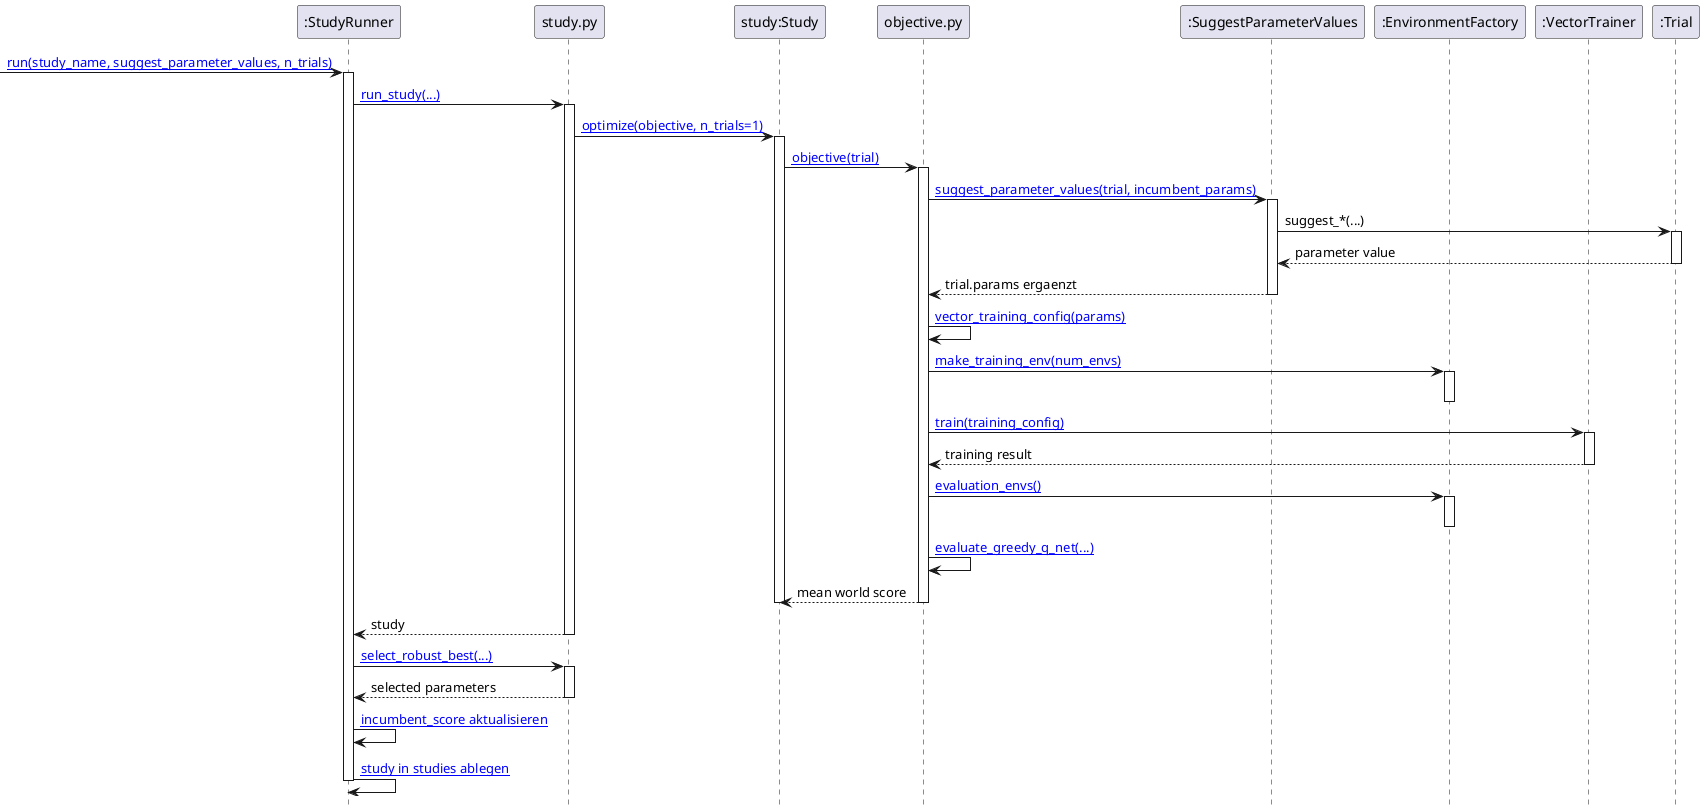
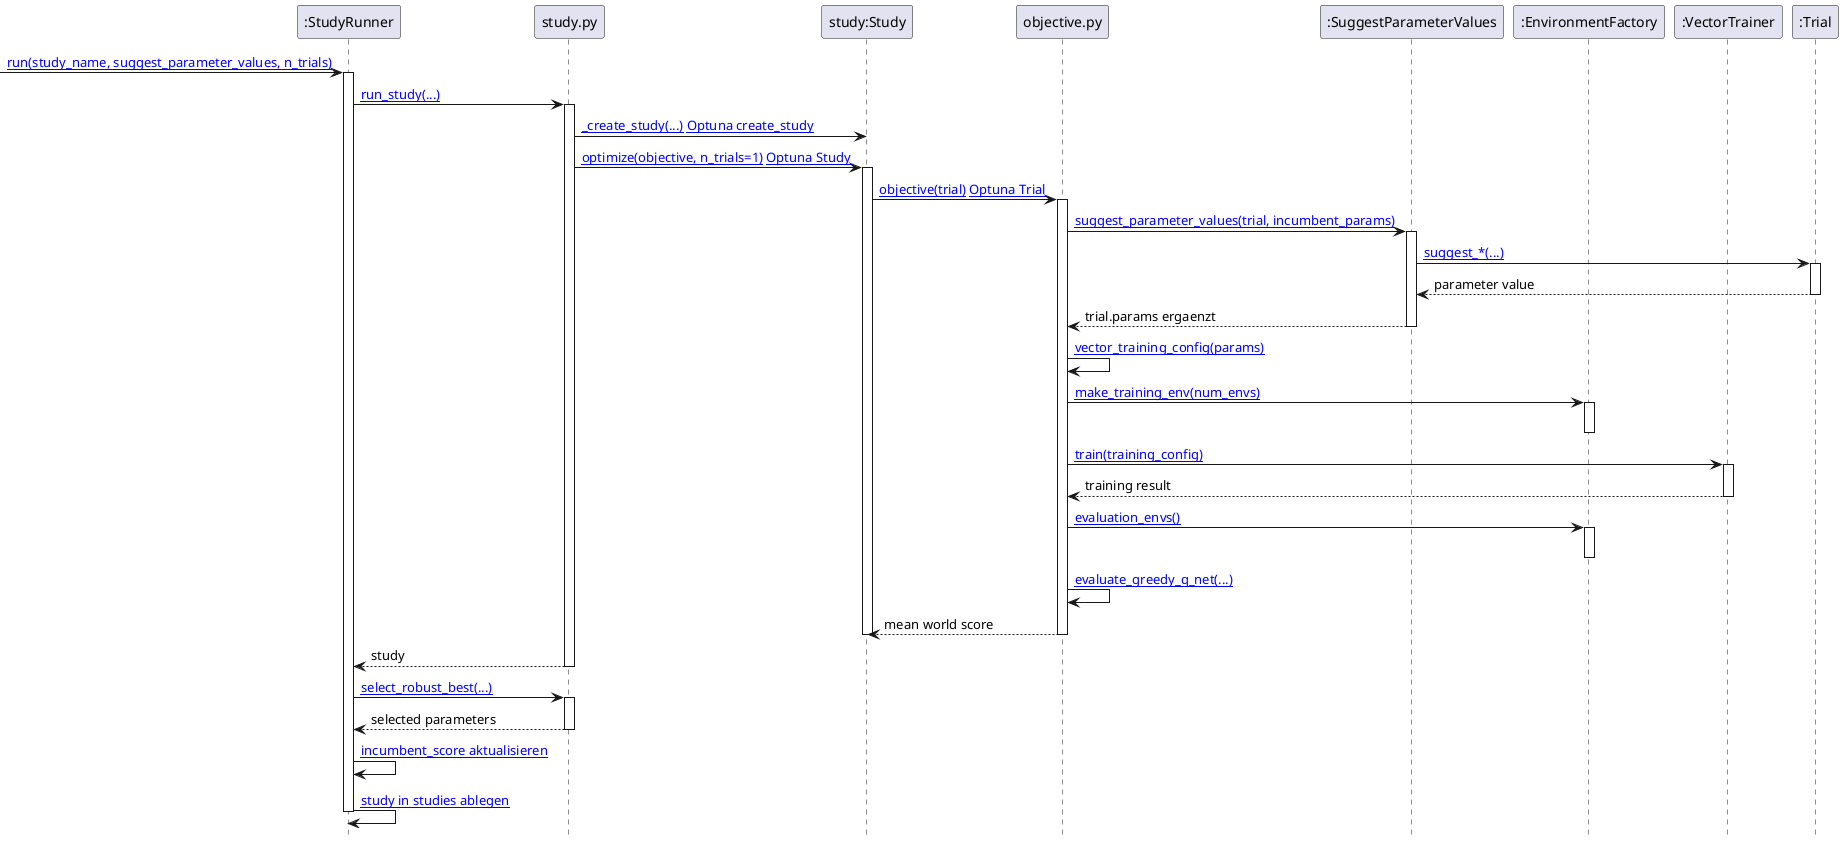
@startuml

hide footbox

participant ":StudyRunner" as runner
participant "study.py" as study_module
participant "study:Study" as study
participant "objective.py" as objective
participant ":SuggestParameterValues" as suggest_parameter_values
participant ":EnvironmentFactory" as environment_factory
participant ":VectorTrainer" as trainer
participant ":Trial" as trial

url of runner is [[vscode://file/C:/Users/mwehle/Documents/_P/KI/rl_lab/hpo/src/hpo/study.py:52:1]]
url of study_module is [[vscode://file/C:/Users/mwehle/Documents/_P/KI/rl_lab/hpo/src/hpo/study.py:1:1]]
url of study is [[vscode://file/C:/Users/mwehle/Documents/_P/KI/rl_lab/hpo/src/hpo/study.py:279:1]]
url of objective is [[vscode://file/C:/Users/mwehle/Documents/_P/KI/rl_lab/hpo/src/hpo/objective.py:134:1]]
url of suggest_parameter_values is [[vscode://file/C:/Users/mwehle/Documents/_P/KI/rl_lab/hpo/src/hpo/objective.py:19:1]]
url of environment_factory is [[vscode://file/C:/Users/mwehle/Documents/_P/KI/rl_lab/hpo/src/hpo/objective.py:23:1]]
url of trainer is [[vscode://file/C:/Users/mwehle/Documents/_P/KI/rl_lab/dqn/src/dqn/vector_training.py:115:1]]
url of trial is [[vscode://file/C:/Users/mwehle/Documents/_P/KI/rl_lab/hpo/src/hpo/objective.py:142:1]]

[-> runner : [[vscode://file/C:/Users/mwehle/Documents/_P/KI/rl_lab/hpo/src/hpo/study.py:71:1 run(study_name, suggest_parameter_values, n_trials)]]
activate runner

runner -> study_module : [[vscode://file/C:/Users/mwehle/Documents/_P/KI/rl_lab/hpo/src/hpo/study.py:127:1 run_study(...)]]
activate study_module

- study_module -> study : [[vscode://file/C:/Users/mwehle/Documents/_P/KI/rl_lab/hpo/src/hpo/study.py:173:1 optimize(objective, n_trials=1)]]
+ study_module -> study : [[vscode://file/C:/Users/mwehle/Documents/_P/KI/rl_lab/hpo/src/hpo/study.py:279:1 _create_study(...)]] [[https://optuna.readthedocs.io/en/stable/reference/generated/optuna.study.create_study.html Optuna create_study]]
+ 
+ study_module -> study : [[vscode://file/C:/Users/mwehle/Documents/_P/KI/rl_lab/hpo/src/hpo/study.py:173:1 optimize(objective, n_trials=1)]] [[https://optuna.readthedocs.io/en/stable/reference/generated/optuna.study.Study.html Optuna Study]]
activate study

- study -> objective : [[vscode://file/C:/Users/mwehle/Documents/_P/KI/rl_lab/hpo/src/hpo/objective.py:142:1 objective(trial)]]
+ study -> objective : [[vscode://file/C:/Users/mwehle/Documents/_P/KI/rl_lab/hpo/src/hpo/objective.py:142:1 objective(trial)]] [[https://optuna.readthedocs.io/en/stable/reference/generated/optuna.trial.Trial.html Optuna Trial]]
activate objective

objective -> suggest_parameter_values : [[vscode://file/C:/Users/mwehle/Documents/_P/KI/rl_lab/hpo/src/hpo/objective.py:143:1 suggest_parameter_values(trial, incumbent_params)]]
activate suggest_parameter_values
- suggest_parameter_values -> trial : suggest_*(...)
+ suggest_parameter_values -> trial : [[https://optuna.readthedocs.io/en/stable/tutorial/10_key_features/002_configurations.html suggest_*(...)]]
activate trial
trial --> suggest_parameter_values : parameter value
deactivate trial
suggest_parameter_values --> objective : trial.params ergaenzt
deactivate suggest_parameter_values

objective -> objective : [[vscode://file/C:/Users/mwehle/Documents/_P/KI/rl_lab/hpo/src/hpo/objective.py:205:1 vector_training_config(params)]]

objective -> environment_factory : [[vscode://file/C:/Users/mwehle/Documents/_P/KI/rl_lab/hpo/src/hpo/objective.py:23:1 make_training_env(num_envs)]]
activate environment_factory
deactivate environment_factory

objective -> trainer : [[vscode://file/C:/Users/mwehle/Documents/_P/KI/rl_lab/dqn/src/dqn/vector_training.py:166:1 train(training_config)]]
activate trainer
trainer --> objective : training result
deactivate trainer

objective -> environment_factory : [[vscode://file/C:/Users/mwehle/Documents/_P/KI/rl_lab/hpo/src/hpo/objective.py:26:1 evaluation_envs()]]
activate environment_factory
deactivate environment_factory

objective -> objective : [[vscode://file/C:/Users/mwehle/Documents/_P/KI/rl_lab/hpo/src/hpo/objective.py:221:1 evaluate_greedy_q_net(...)]]

objective --> study : mean world score
deactivate objective
deactivate study

study_module --> runner : study
deactivate study_module

runner -> study_module : [[vscode://file/C:/Users/mwehle/Documents/_P/KI/rl_lab/hpo/src/hpo/study.py:182:1 select_robust_best(...)]]
activate study_module
study_module --> runner : selected parameters
deactivate study_module

runner -> runner : [[vscode://file/C:/Users/mwehle/Documents/_P/KI/rl_lab/hpo/src/hpo/study.py:114:1 incumbent_score aktualisieren]]
runner -> runner : [[vscode://file/C:/Users/mwehle/Documents/_P/KI/rl_lab/hpo/src/hpo/study.py:123:1 study in studies ablegen]]
deactivate runner

@enduml
